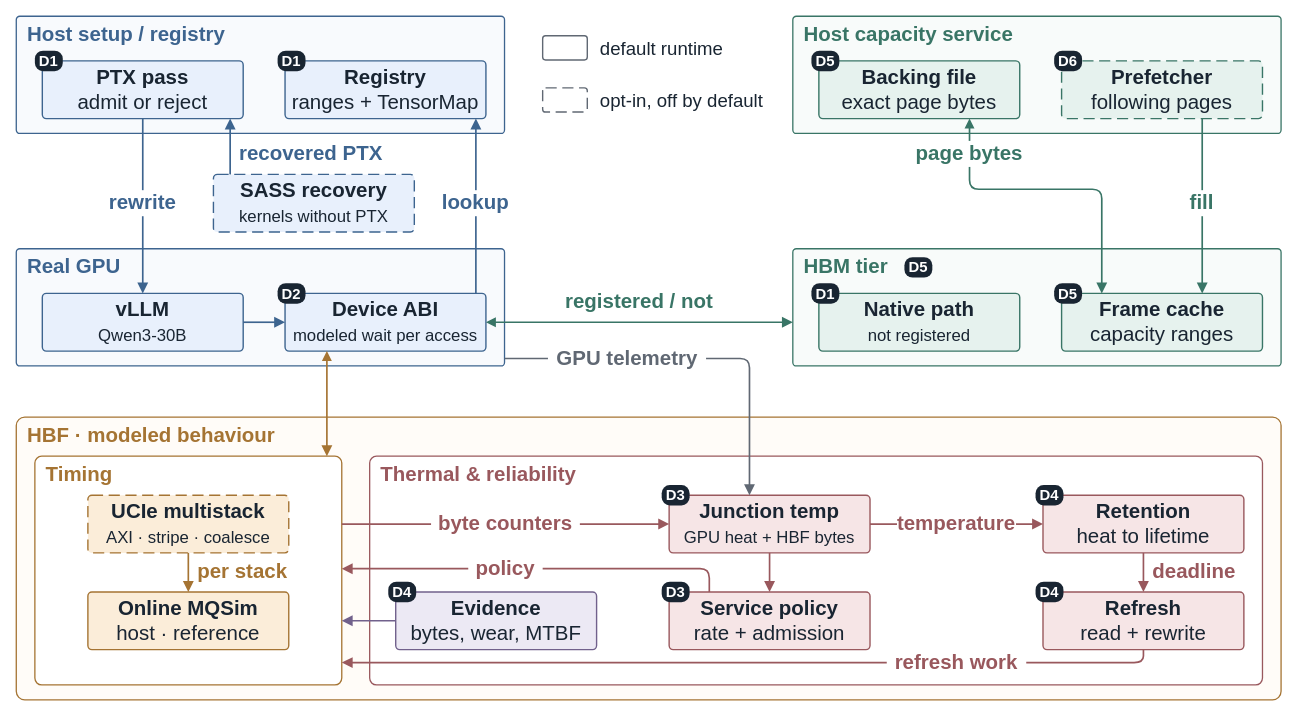
This is docs/assets/hbfsim-architecture.drawio from SlugLab/HBFSim, a draw.io file, before an edit. Source tidied: cells renumbered, new cells numbered last; positions are measured from the earlier drawing's top-left corner, leaving out a move shared by most shapes. Both pictures are drawn from the tidied source at 93%, with x=0, y=0 at pixel (16, 16).
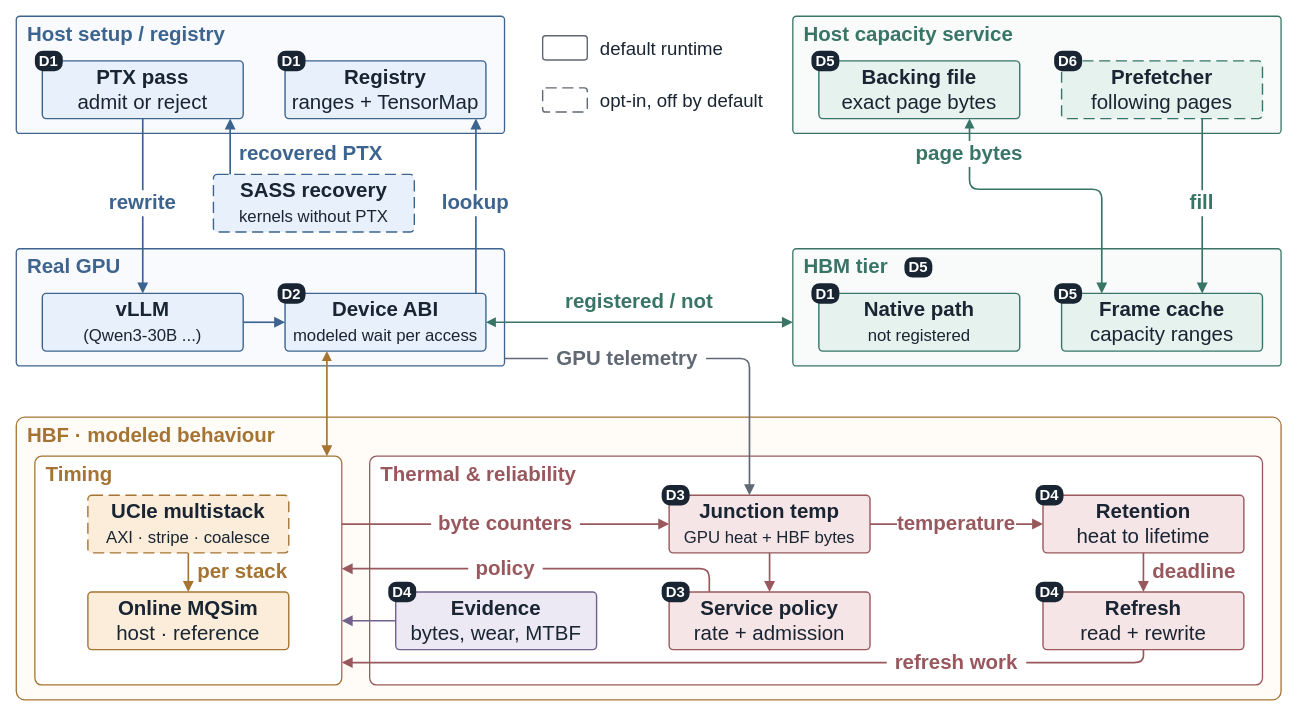
The same diagram, later.

Commit message (it also covers changes not shown here):
docs: label the vLLM box (Qwen3-30B ...) in the architecture figure

What changed in the source:
```diff
@@
-    <mxCell id="17" value="&lt;b&gt;vLLM&lt;/b&gt;&lt;br&gt;&lt;font style=&quot;font-size:18px&quot;&gt;Qwen3-30B&lt;/font&gt;" style="rounded=1;arcSize=7;whiteSpace=wrap;html=1;fontFamily=Helvetica;fontSize=22;fontColor=#192532;spacing=2;align=center;verticalAlign=middle;fillColor=#E8F0FC;strokeColor=#3D648F;strokeWidth=1.5;" parent="1" vertex="1">
+    <mxCell id="17" value="&lt;b&gt;vLLM&lt;/b&gt;&lt;br&gt;&lt;font style=&quot;font-size:18px&quot;&gt;(Qwen3-30B ...)&lt;/font&gt;" style="rounded=1;arcSize=7;whiteSpace=wrap;html=1;fontFamily=Helvetica;fontSize=22;fontColor=#192532;spacing=2;align=center;verticalAlign=middle;fillColor=#E8F0FC;strokeColor=#3D648F;strokeWidth=1.5;" parent="1" vertex="1">
       <mxGeometry x="28" y="298" width="216" height="62" as="geometry" />
     </mxCell>
```
